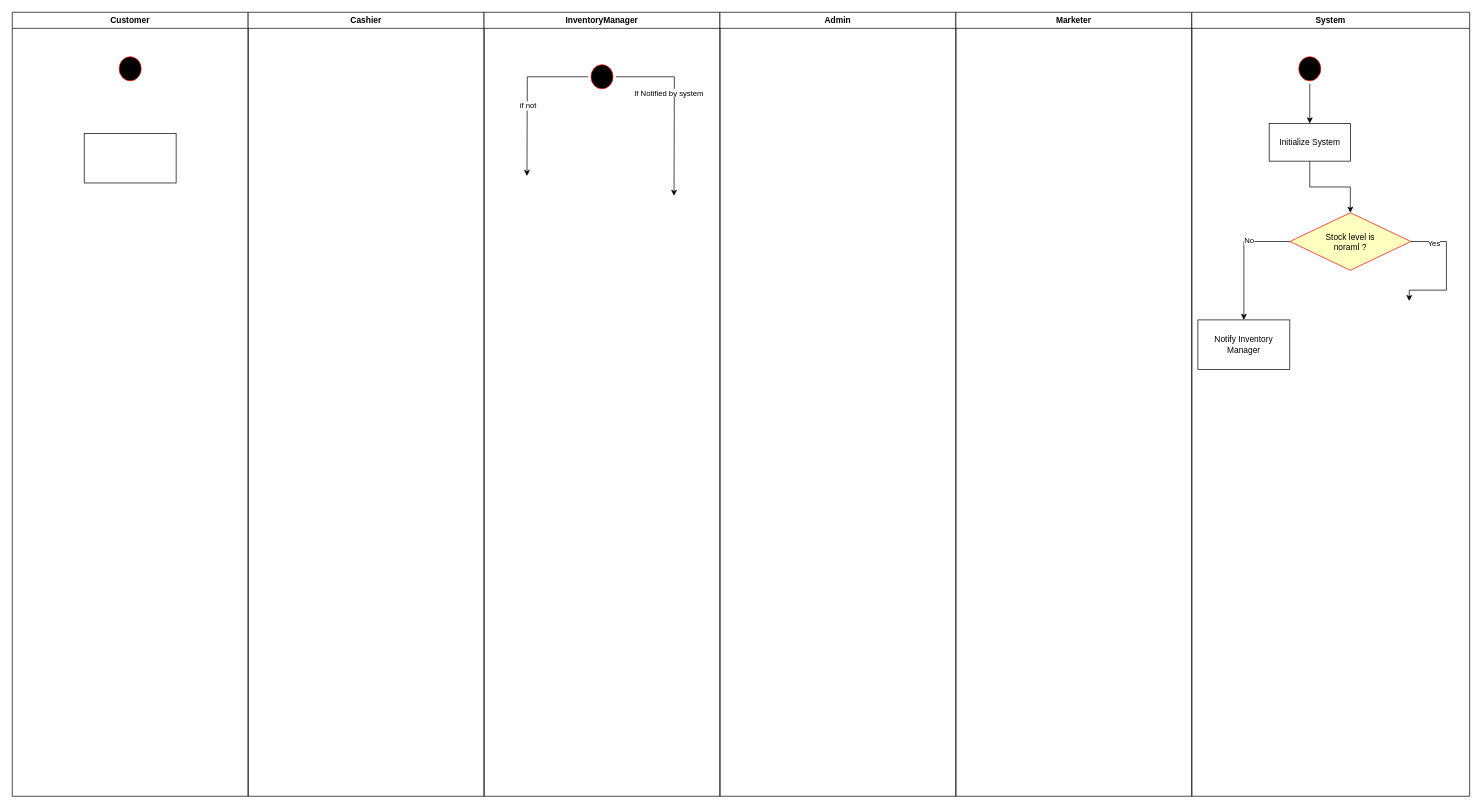
This is Activity Diagram.drawio from AhmedGamal-Gemy/Hypermarket-Management-System, a draw.io file, before an edit. Source tidied: cells renumbered, new cells numbered last; positions are measured from the earlier drawing's top-left corner, leaving out a move shared by most shapes. Both pictures are drawn from the tidied source at 70%, with x=0, y=0 at pixel (12, 12).
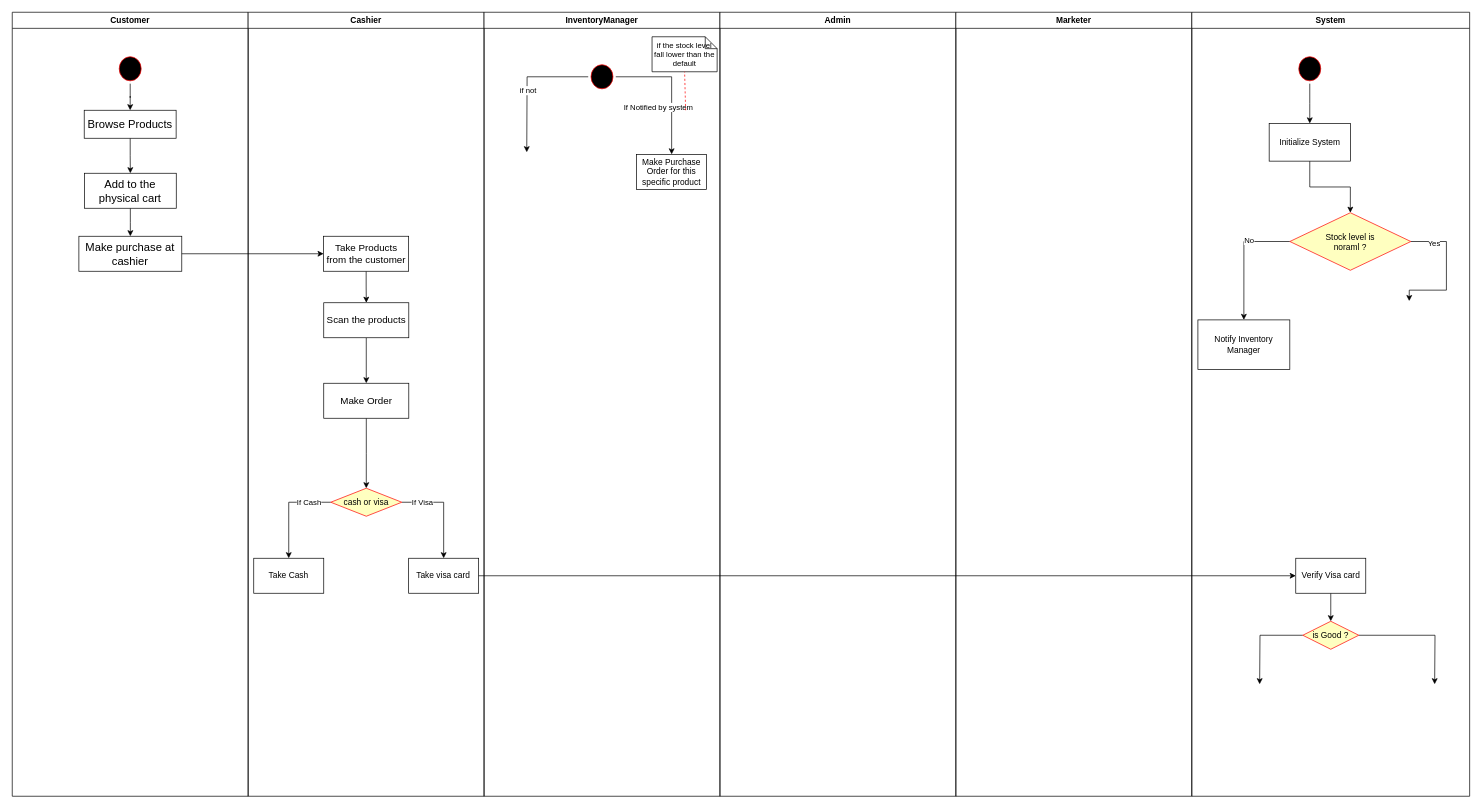
Above is the later version.

The change refers to these unchanged cells:
```xml
<mxCell id="2" style="group;" parent="1" vertex="1">
  <mxGeometry width="2082" height="1120" as="geometry" />
</mxCell>
<mxCell id="3" style="group;" parent="2" vertex="1">
  <mxGeometry width="1011" height="1120" as="geometry" />
</mxCell>
<mxCell id="4" value="Customer" style="swimlane;whiteSpace=wrap;" parent="3" vertex="1">
  <mxGeometry width="337" height="1120" as="geometry" />
</mxCell>
<mxCell id="5" style="ellipse;shape=startState;fillColor=#000000;strokeColor=#ff0000;" parent="4" vertex="1">
  <mxGeometry x="148.8" y="59.5" width="39.4" height="42.5" as="geometry" />
</mxCell>
<mxCell id="7" value="Cashier" style="swimlane;whiteSpace=wrap;startSize=23;" parent="3" vertex="1">
  <mxGeometry x="337" width="337" height="1120" as="geometry" />
</mxCell>
<mxCell id="8" value="InventoryManager" style="swimlane;whiteSpace=wrap;" parent="3" vertex="1">
  <mxGeometry x="674" width="337" height="1120" as="geometry" />
</mxCell>
<mxCell id="13" style="ellipse;shape=startState;fillColor=#000000;strokeColor=#ff0000;" parent="8" vertex="1">
  <mxGeometry x="148.8" y="70.9" width="39.4" height="42.5" as="geometry" />
</mxCell>
<mxCell id="16" value="System" style="swimlane;whiteSpace=wrap;" parent="2" vertex="1">
  <mxGeometry x="1685.1" width="396.9" height="1120" as="geometry" />
</mxCell>
```

Diff of the diagram source:
```diff
@@
+    <mxCell id="27" style="edgeStyle=orthogonalEdgeStyle;rounded=0;jettySize=auto;html=1;entryX=0.5;entryY=0;entryDx=0;entryDy=0;" parent="4" edge="1" source="5" target="6">
+      <mxGeometry relative="1" as="geometry" />
+    </mxCell>
@@
+    <mxCell id="28" style="edgeStyle=orthogonalEdgeStyle;rounded=0;jettySize=auto;html=1;" parent="4" edge="1" source="6" target="30">
+      <mxGeometry relative="1" as="geometry" />
+    </mxCell>
-    <mxCell id="6" style="html=1;dashed=0;whiteSpace=wrap;" parent="4" vertex="1">
-      <mxGeometry x="102.8" y="173" width="131.3" height="70.9" as="geometry" />
+    <mxCell id="6" value="&lt;font style=&quot;font-size: 16px;&quot;&gt;Browse Products&lt;/font&gt;" style="html=1;dashed=0;whiteSpace=wrap;" parent="4" vertex="1">
+      <mxGeometry x="102.8" y="140" width="131.3" height="40" as="geometry" />
     </mxCell>
+    <mxCell id="29" style="edgeStyle=orthogonalEdgeStyle;rounded=0;jettySize=auto;html=1;" parent="4" edge="1" source="30" target="31">
+      <mxGeometry relative="1" as="geometry" />
+    </mxCell>
+    <mxCell id="30" value="&lt;font style=&quot;font-size: 16px;&quot;&gt;Add to the physical cart&lt;/font&gt;" style="html=1;dashed=0;whiteSpace=wrap;" parent="4" vertex="1">
+      <mxGeometry x="103" y="230" width="131.3" height="50" as="geometry" />
+    </mxCell>
+    <mxCell id="31" value="&lt;span style=&quot;font-size: 16px;&quot;&gt;Make purchase at cashier&lt;/span&gt;" style="html=1;dashed=0;whiteSpace=wrap;" parent="4" vertex="1">
+      <mxGeometry x="95.2" y="320" width="147" height="50" as="geometry" />
+    </mxCell>
@@
+    <mxCell id="32" style="edgeStyle=orthogonalEdgeStyle;rounded=0;jettySize=auto;html=1;" parent="7" edge="1" source="33" target="35">
+      <mxGeometry relative="1" as="geometry" />
+    </mxCell>
+    <mxCell id="33" value="&lt;font style=&quot;font-size: 14px;&quot;&gt;Take Products from the customer&lt;/font&gt;" style="html=1;dashed=0;whiteSpace=wrap;" parent="7" vertex="1">
+      <mxGeometry x="107.8" y="320" width="121.5" height="50" as="geometry" />
+    </mxCell>
+    <mxCell id="34" style="edgeStyle=orthogonalEdgeStyle;rounded=0;jettySize=auto;html=1;" parent="7" edge="1" source="35" target="37">
+      <mxGeometry relative="1" as="geometry" />
+    </mxCell>
+    <mxCell id="35" value="&lt;font style=&quot;font-size: 14px;&quot;&gt;Scan the products&lt;/font&gt;" style="html=1;dashed=0;whiteSpace=wrap;" parent="7" vertex="1">
+      <mxGeometry x="108" y="415" width="121.5" height="50" as="geometry" />
+    </mxCell>
+    <mxCell id="36" style="edgeStyle=orthogonalEdgeStyle;rounded=0;jettySize=auto;html=1;entryX=0.5;entryY=0;entryDx=0;entryDy=0;" parent="7" edge="1" source="37" target="42">
+      <mxGeometry relative="1" as="geometry" />
+    </mxCell>
+    <mxCell id="37" value="&lt;font style=&quot;font-size: 14px;&quot;&gt;Make Order&lt;/font&gt;" style="html=1;dashed=0;whiteSpace=wrap;" parent="7" vertex="1">
+      <mxGeometry x="108" y="530" width="121.5" height="50" as="geometry" />
+    </mxCell>
+    <mxCell id="38" style="edgeStyle=orthogonalEdgeStyle;rounded=0;jettySize=auto;html=1;entryX=0.5;entryY=0;entryDx=0;entryDy=0;" parent="7" edge="1" source="42" target="43">
+      <mxGeometry relative="1" as="geometry" />
+    </mxCell>
+    <mxCell id="39" value="If Visa" style="edgeLabel;html=1;align=center;verticalAlign=middle;" parent="38" vertex="1">
+      <mxGeometry x="-0.66" y="-3" relative="1" as="geometry">
+        <mxPoint x="5" y="-4" as="offset" />
+      </mxGeometry>
+    </mxCell>
+    <mxCell id="40" style="edgeStyle=orthogonalEdgeStyle;rounded=0;jettySize=auto;html=1;entryX=0.5;entryY=0;entryDx=0;entryDy=0;" parent="7" edge="1" source="42" target="44">
+      <mxGeometry relative="1" as="geometry" />
+    </mxCell>
+    <mxCell id="41" value="If Cash" style="edgeLabel;html=1;align=center;verticalAlign=middle;" parent="40" vertex="1">
+      <mxGeometry x="-0.54" relative="1" as="geometry">
+        <mxPoint y="-1" as="offset" />
+      </mxGeometry>
+    </mxCell>
+    <mxCell id="42" value="cash or visa" style="rhombus;fillColor=#ffffc0;strokeColor=#ff0000;" parent="7" vertex="1">
+      <mxGeometry x="118" y="680" width="101.5" height="40" as="geometry" />
+    </mxCell>
+    <mxCell id="43" value="Take visa card" style="html=1;dashed=0;whiteSpace=wrap;" parent="7" vertex="1">
+      <mxGeometry x="229.3" y="780" width="100" height="50" as="geometry" />
+    </mxCell>
+    <mxCell id="44" value="Take Cash" style="html=1;dashed=0;whiteSpace=wrap;" parent="7" vertex="1">
+      <mxGeometry x="8" y="780" width="100" height="50" as="geometry" />
+    </mxCell>
@@
-    <mxCell id="9" style="edgeStyle=orthogonalEdgeStyle;rounded=0;jettySize=auto;html=1;" parent="8" edge="1" source="13">
-      <mxGeometry relative="1" as="geometry">
-        <mxPoint x="271.4" y="262.3" as="targetPoint" />
-      </mxGeometry>
+    <mxCell id="9" style="edgeStyle=orthogonalEdgeStyle;rounded=0;jettySize=auto;html=1;entryX=0.5;entryY=0;entryDx=0;entryDy=0;" parent="8" edge="1" source="13" target="47">
+      <mxGeometry relative="1" as="geometry" />
     </mxCell>
     <mxCell id="10" value="If Notified by system" style="edgeLabel;html=1;align=center;verticalAlign=middle;" parent="9" vertex="1">
       <mxGeometry x="-0.5" y="1" relative="1" as="geometry">
-        <mxPoint x="12" y="24" as="offset" />
+        <mxPoint x="12" y="44" as="offset" />
       </mxGeometry>
     </mxCell>
     <mxCell id="11" style="edgeStyle=orthogonalEdgeStyle;rounded=0;jettySize=auto;html=1;" parent="8" edge="1" source="13">
       <mxGeometry relative="1" as="geometry">
-        <mxPoint x="61.3" y="233.9" as="targetPoint" />
+        <mxPoint x="61" y="200" as="targetPoint" />
       </mxGeometry>
     </mxCell>
@@
+    <mxCell id="45" value="if the stock level fall lower than the default" style="shape=note;whiteSpace=wrap;size=17;fontSize=11;" parent="8" vertex="1">
+      <mxGeometry x="240" y="35" width="93" height="50" as="geometry" />
+    </mxCell>
+    <mxCell id="46" style="endArrow=none;strokeColor=#FF0000;endFill=0;rounded=0;dashed=1;entryX=0.5;entryY=1;entryDx=0;entryDy=0;entryPerimeter=0;" parent="8" edge="1" target="45">
+      <mxGeometry relative="1" as="geometry">
+        <mxPoint x="288" y="140" as="sourcePoint" />
+      </mxGeometry>
+    </mxCell>
+    <mxCell id="47" value="Make Purchase Order for this specific product" style="html=1;dashed=0;whiteSpace=wrap;" parent="8" vertex="1">
+      <mxGeometry x="218" y="203" width="100" height="50" as="geometry" />
+    </mxCell>
+    <mxCell id="48" style="edgeStyle=orthogonalEdgeStyle;rounded=0;jettySize=auto;html=1;entryX=0;entryY=0.5;entryDx=0;entryDy=0;" parent="3" edge="1" source="31" target="33">
+      <mxGeometry relative="1" as="geometry" />
+    </mxCell>
@@
+    <mxCell id="49" style="edgeStyle=orthogonalEdgeStyle;rounded=0;jettySize=auto;html=1;entryX=0.5;entryY=0;entryDx=0;entryDy=0;" parent="16" edge="1" source="50" target="53">
+      <mxGeometry relative="1" as="geometry" />
+    </mxCell>
+    <mxCell id="50" value="Verify Visa card" style="html=1;dashed=0;whiteSpace=wrap;" parent="16" vertex="1">
+      <mxGeometry x="148.5" y="780" width="100" height="50" as="geometry" />
+    </mxCell>
+    <mxCell id="51" style="edgeStyle=orthogonalEdgeStyle;rounded=0;jettySize=auto;html=1;" parent="16" edge="1" source="53">
+      <mxGeometry relative="1" as="geometry">
+        <mxPoint x="346.9" y="960" as="targetPoint" />
+      </mxGeometry>
+    </mxCell>
+    <mxCell id="52" style="edgeStyle=orthogonalEdgeStyle;rounded=0;jettySize=auto;html=1;" parent="16" edge="1" source="53">
+      <mxGeometry relative="1" as="geometry">
+        <mxPoint x="96.9" y="960" as="targetPoint" />
+      </mxGeometry>
+    </mxCell>
+    <mxCell id="53" value="is Good ?" style="rhombus;fillColor=#ffffc0;strokeColor=#ff0000;" parent="16" vertex="1">
+      <mxGeometry x="158.5" y="870" width="80" height="40" as="geometry" />
+    </mxCell>
+    <mxCell id="54" style="edgeStyle=orthogonalEdgeStyle;rounded=0;jettySize=auto;html=1;" parent="2" edge="1" source="43" target="50">
+      <mxGeometry relative="1" as="geometry" />
+    </mxCell>
```
